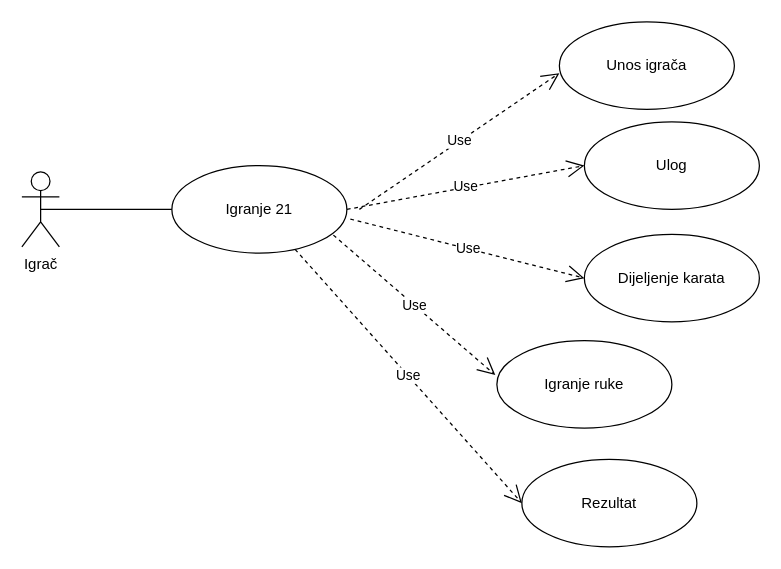
This is page "Dijagram korištenja 21" (1 of 7) of Untitled Diagram.drawio from avrkic/21, a draw.io file, before an edit. Source tidied: cells renumbered, new cells numbered last; positions are measured from the earlier drawing's top-left corner, leaving out a move shared by most shapes. Both pictures are drawn from the tidied source at 125%, with x=0, y=0 at pixel (21, 21).
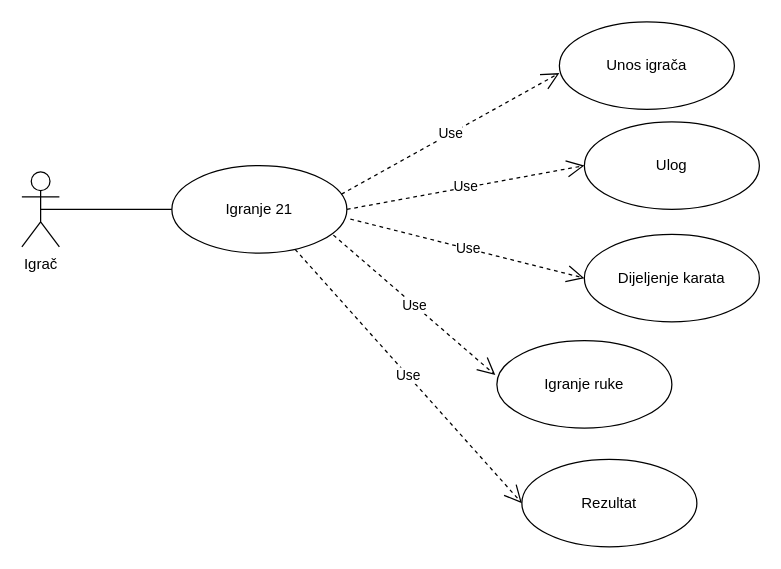
The same diagram, later.

The edit, as a diff of the source:
```diff
@@
 <mxGraphModel>
   <root>
     <mxCell id="0" />
     <mxCell id="1" parent="0" />
     <mxCell id="2" value="Igranje 21" style="ellipse;whiteSpace=wrap;html=1;" parent="1" vertex="1">
       <mxGeometry x="120" y="115" width="140" height="70" as="geometry" />
     </mxCell>
     <mxCell id="3" value="Igrač" style="shape=umlActor;verticalLabelPosition=bottom;verticalAlign=top;html=1;" parent="1" vertex="1">
       <mxGeometry y="120" width="30" height="60" as="geometry" />
     </mxCell>
     <mxCell id="4" value="Unos igrača" style="ellipse;whiteSpace=wrap;html=1;" parent="1" vertex="1">
       <mxGeometry x="430" width="140" height="70" as="geometry" />
     </mxCell>
     <mxCell id="5" value="Ulog" style="ellipse;whiteSpace=wrap;html=1;" parent="1" vertex="1">
       <mxGeometry x="450" y="80" width="140" height="70" as="geometry" />
     </mxCell>
     <mxCell id="6" value="Dijeljenje karata" style="ellipse;whiteSpace=wrap;html=1;" parent="1" vertex="1">
       <mxGeometry x="450" y="170" width="140" height="70" as="geometry" />
     </mxCell>
     <mxCell id="7" value="Igranje ruke" style="ellipse;whiteSpace=wrap;html=1;" parent="1" vertex="1">
       <mxGeometry x="380" y="255" width="140" height="70" as="geometry" />
     </mxCell>
     <mxCell id="8" value="Rezultat" style="ellipse;whiteSpace=wrap;html=1;" parent="1" vertex="1">
       <mxGeometry x="400" y="350" width="140" height="70" as="geometry" />
     </mxCell>
-    <mxCell id="9" value="Use" style="endArrow=open;endSize=12;dashed=1;html=1;" parent="1" edge="1">
+    <mxCell id="9" value="Use" style="endArrow=open;endSize=12;dashed=1;html=1;exitX=0.969;exitY=0.326;exitDx=0;exitDy=0;exitPerimeter=0;" parent="1" edge="1" source="2">
       <mxGeometry relative="1" as="geometry">
-        <mxPoint x="270" y="150" as="sourcePoint" />
         <mxPoint x="430" y="41" as="targetPoint" />
       </mxGeometry>
     </mxCell>
     <mxCell id="10" value="Use" style="endArrow=open;endSize=12;dashed=1;html=1;exitX=1;exitY=0.5;exitDx=0;exitDy=0;entryX=0;entryY=0.5;entryDx=0;entryDy=0;" parent="1" edge="1" source="2" target="5">
       <mxGeometry relative="1" as="geometry" />
     </mxCell>
     <mxCell id="11" value="Use" style="endArrow=open;endSize=12;dashed=1;html=1;exitX=1.02;exitY=0.611;exitDx=0;exitDy=0;exitPerimeter=0;entryX=0;entryY=0.5;entryDx=0;entryDy=0;" parent="1" edge="1" source="2" target="6">
       <mxGeometry relative="1" as="geometry" />
     </mxCell>
     <mxCell id="12" value="Use" style="endArrow=open;endSize=12;dashed=1;html=1;entryX=-0.009;entryY=0.394;entryDx=0;entryDy=0;entryPerimeter=0;exitX=0.923;exitY=0.794;exitDx=0;exitDy=0;exitPerimeter=0;" parent="1" edge="1" source="2" target="7">
       <mxGeometry relative="1" as="geometry" />
     </mxCell>
     <mxCell id="13" value="Use" style="endArrow=open;endSize=12;dashed=1;html=1;entryX=0;entryY=0.5;entryDx=0;entryDy=0;" parent="1" edge="1" source="2" target="8">
       <mxGeometry relative="1" as="geometry" />
     </mxCell>
     <mxCell id="14" style="endArrow=none;html=1;exitX=0.5;exitY=0.5;exitDx=0;exitDy=0;exitPerimeter=0;entryX=0;entryY=0.5;entryDx=0;entryDy=0;" parent="1" edge="1" source="3" target="2">
       <mxGeometry relative="1" as="geometry" />
     </mxCell>
   </root>
 </mxGraphModel>
```
